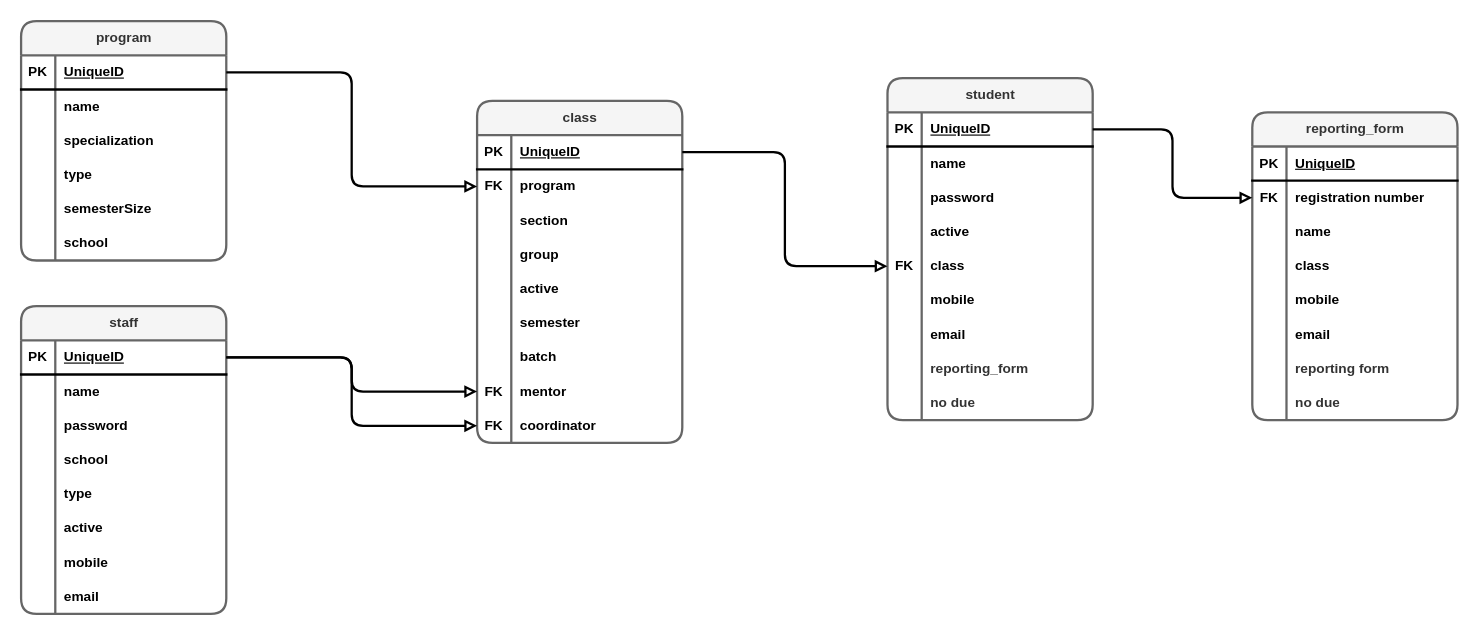
The draw.io diagram app/sql/dbSchema.drawio in livleensinghchani/ctu-website, before the edit. Source tidied: cells renumbered, new cells numbered last; positions are measured from the earlier drawing's top-left corner, leaving out a move shared by most shapes. Both pictures are drawn from the tidied source at 114%, with x=0, y=0 at pixel (21, 21).
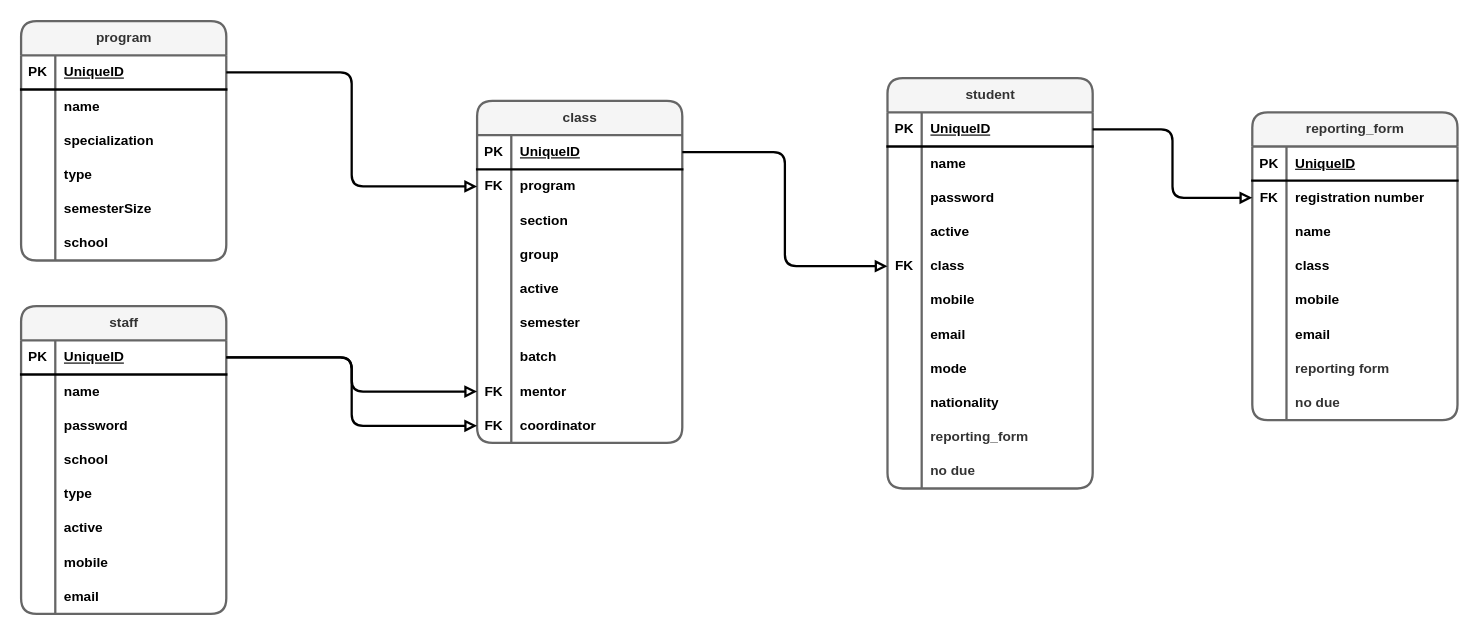
After the change.

What changed in the source:
```diff
@@
     <mxCell id="77" value="student" style="shape=table;startSize=30;childLayout=tableLayout;rowLines=0;fontStyle=1;align=center;html=1;rounded=1;strokeColor=#666666;strokeWidth=2;verticalAlign=middle;fontFamily=Helvetica;fontSize=12;fontColor=#333333;fillColor=#f5f5f5;" parent="1" vertex="1">
-      <mxGeometry x="760" y="50" width="180" height="300" as="geometry" />
+      <mxGeometry x="760" y="50" width="180" height="360" as="geometry" />
     </mxCell>
@@
+    <mxCell id="132" style="shape=tableRow;horizontal=0;startSize=0;swimlaneHead=0;swimlaneBody=0;fillColor=none;top=0;left=0;right=0;bottom=0;rounded=1;strokeColor=default;strokeWidth=2;align=center;verticalAlign=middle;fontFamily=Helvetica;fontSize=12;fontColor=default;fontStyle=1;" parent="77" vertex="1">
+      <mxGeometry y="240" width="180" height="30" as="geometry" />
+    </mxCell>
+    <mxCell id="133" style="shape=partialRectangle;fillColor=none;top=0;left=0;bottom=0;right=0;overflow=hidden;whiteSpace=wrap;html=1;rounded=1;strokeColor=default;strokeWidth=2;align=center;verticalAlign=middle;fontFamily=Helvetica;fontSize=12;fontColor=default;fontStyle=1;" parent="132" vertex="1">
+      <mxGeometry width="30" height="30" as="geometry" />
+    </mxCell>
+    <mxCell id="134" value="mode" style="shape=partialRectangle;fillColor=none;top=0;left=0;bottom=0;right=0;align=left;spacingLeft=6;overflow=hidden;whiteSpace=wrap;html=1;rounded=1;strokeColor=default;strokeWidth=2;verticalAlign=middle;fontFamily=Helvetica;fontSize=12;fontColor=default;fontStyle=1;" parent="132" vertex="1">
+      <mxGeometry x="30" width="150" height="30" as="geometry" />
+    </mxCell>
+    <mxCell id="135" style="shape=tableRow;horizontal=0;startSize=0;swimlaneHead=0;swimlaneBody=0;fillColor=none;top=0;left=0;right=0;bottom=0;rounded=1;strokeColor=default;strokeWidth=2;align=center;verticalAlign=middle;fontFamily=Helvetica;fontSize=12;fontColor=default;fontStyle=1;" parent="77" vertex="1">
+      <mxGeometry y="270" width="180" height="30" as="geometry" />
+    </mxCell>
+    <mxCell id="136" style="shape=partialRectangle;fillColor=none;top=0;left=0;bottom=0;right=0;overflow=hidden;whiteSpace=wrap;html=1;rounded=1;strokeColor=default;strokeWidth=2;align=center;verticalAlign=middle;fontFamily=Helvetica;fontSize=12;fontColor=default;fontStyle=1;" parent="135" vertex="1">
+      <mxGeometry width="30" height="30" as="geometry" />
+    </mxCell>
+    <mxCell id="137" value="nationality" style="shape=partialRectangle;fillColor=none;top=0;left=0;bottom=0;right=0;align=left;spacingLeft=6;overflow=hidden;whiteSpace=wrap;html=1;rounded=1;strokeColor=default;strokeWidth=2;verticalAlign=middle;fontFamily=Helvetica;fontSize=12;fontColor=default;fontStyle=1;" parent="135" vertex="1">
+      <mxGeometry x="30" width="150" height="30" as="geometry" />
+    </mxCell>
     <mxCell id="99" style="shape=tableRow;horizontal=0;startSize=0;swimlaneHead=0;swimlaneBody=0;fillColor=none;top=0;left=0;right=0;bottom=0;rounded=1;strokeColor=default;strokeWidth=2;align=center;verticalAlign=middle;fontFamily=Helvetica;fontSize=12;fontColor=default;fontStyle=1;" parent="77" vertex="1">
-      <mxGeometry y="240" width="180" height="30" as="geometry" />
+      <mxGeometry y="300" width="180" height="30" as="geometry" />
     </mxCell>
@@
     <mxCell id="102" style="shape=tableRow;horizontal=0;startSize=0;swimlaneHead=0;swimlaneBody=0;fillColor=none;top=0;left=0;right=0;bottom=0;rounded=1;strokeColor=default;strokeWidth=2;align=center;verticalAlign=middle;fontFamily=Helvetica;fontSize=12;fontColor=default;fontStyle=1;" parent="77" vertex="1">
-      <mxGeometry y="270" width="180" height="30" as="geometry" />
+      <mxGeometry y="330" width="180" height="30" as="geometry" />
     </mxCell>
```
